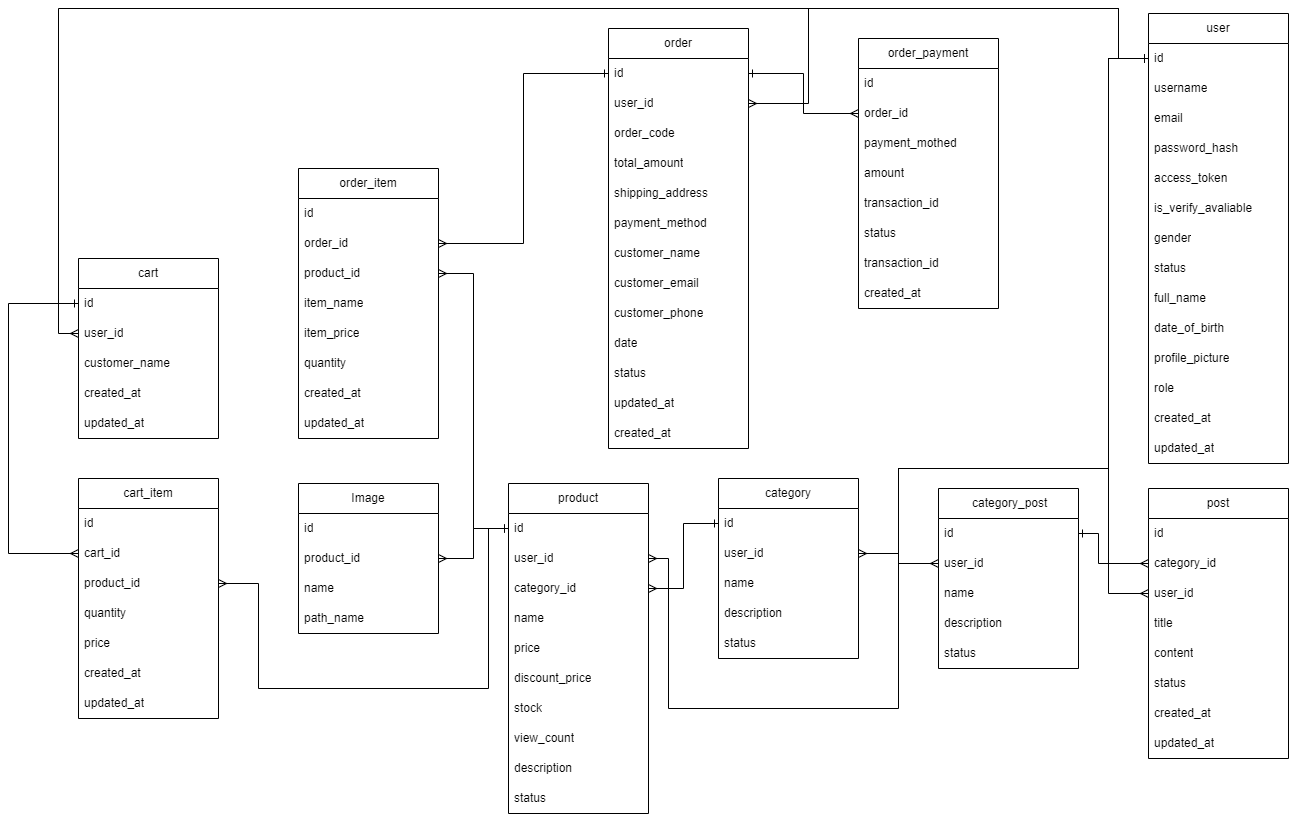
Above: images_exercise/database_update.png in Training-Exercises-Dtsmart/1_thanhtoan (draw.io), before the change. Source tidied: cells renumbered, new cells last; positions are measured from the earlier drawing's top-left corner, leaving out a move shared by most shapes.
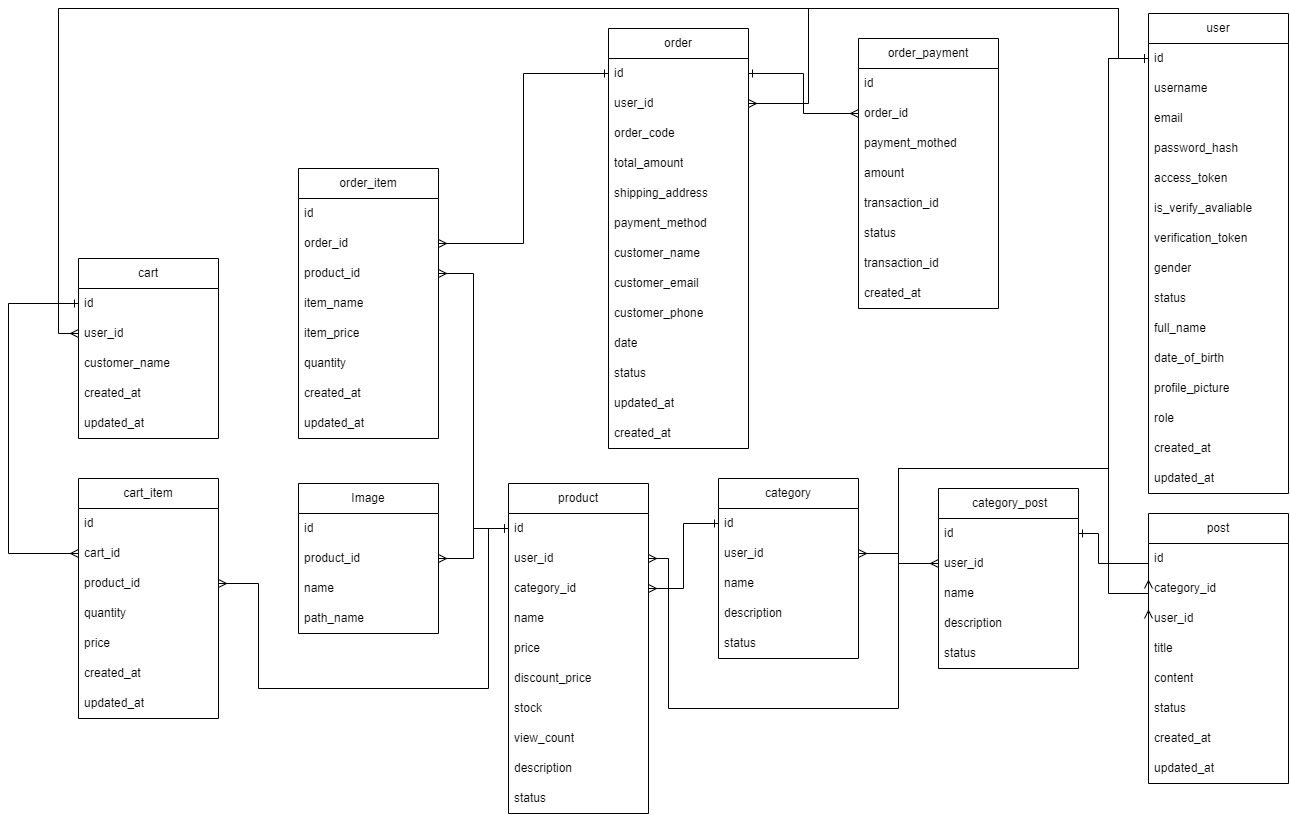
After the change.

Commit message:
feat(database): add verification_token field to user table and update database schema screenshot

What changed in the source:
```diff
@@ -87,7 +87,7 @@
       <mxGeometry y="150" width="140" height="30" as="geometry" />
     </mxCell>
     <mxCell id="30" value="post" style="swimlane;fontStyle=0;horizontal=1;startSize=30;whiteSpace=wrap;html=1;" parent="1" vertex="1">
-      <mxGeometry x="1140" y="480" width="140" height="270" as="geometry" />
+      <mxGeometry x="1140" y="505" width="140" height="270" as="geometry" />
     </mxCell>
     <mxCell id="31" value="id" style="text;strokeColor=none;fillColor=none;align=left;verticalAlign=middle;spacingLeft=4;spacingRight=4;overflow=hidden;whiteSpace=wrap;html=1;" parent="30" vertex="1">
       <mxGeometry y="30" width="140" height="30" as="geometry" />
@@ -122,7 +122,7 @@
       </mxGeometry>
     </mxCell>
     <mxCell id="40" value="user" style="swimlane;fontStyle=0;horizontal=1;startSize=30;whiteSpace=wrap;html=1;" parent="1" vertex="1">
-      <mxGeometry x="1140" y="5" width="140" height="450" as="geometry" />
+      <mxGeometry x="1140" y="5" width="140" height="480" as="geometry" />
     </mxCell>
     <mxCell id="41" value="id" style="text;strokeColor=none;fillColor=none;align=left;verticalAlign=middle;spacingLeft=4;spacingRight=4;overflow=hidden;points=[[0,0.5],[1,0.5]];portConstraint=eastwest;whiteSpace=wrap;html=1;" parent="40" vertex="1">
       <mxGeometry y="30" width="140" height="30" as="geometry" />
@@ -142,29 +142,32 @@
     <mxCell id="46" value="is_verify_avaliable" style="text;strokeColor=none;fillColor=none;align=left;verticalAlign=middle;spacingLeft=4;spacingRight=4;overflow=hidden;whiteSpace=wrap;html=1;" parent="40" vertex="1">
       <mxGeometry y="180" width="140" height="30" as="geometry" />
     </mxCell>
+    <mxCell id="114" value="verification_token" style="text;strokeColor=none;fillColor=none;align=left;verticalAlign=middle;spacingLeft=4;spacingRight=4;overflow=hidden;whiteSpace=wrap;html=1;" parent="40" vertex="1">
+      <mxGeometry y="210" width="140" height="30" as="geometry" />
+    </mxCell>
     <mxCell id="47" value="gender" style="text;strokeColor=none;fillColor=none;align=left;verticalAlign=middle;spacingLeft=4;spacingRight=4;overflow=hidden;whiteSpace=wrap;html=1;" parent="40" vertex="1">
-      <mxGeometry y="210" width="140" height="30" as="geometry" />
+      <mxGeometry y="240" width="140" height="30" as="geometry" />
     </mxCell>
     <mxCell id="48" value="status" style="text;strokeColor=none;fillColor=none;align=left;verticalAlign=middle;spacingLeft=4;spacingRight=4;overflow=hidden;whiteSpace=wrap;html=1;" parent="40" vertex="1">
-      <mxGeometry y="240" width="140" height="30" as="geometry" />
+      <mxGeometry y="270" width="140" height="30" as="geometry" />
     </mxCell>
     <mxCell id="49" value="full_name" style="text;strokeColor=none;fillColor=none;align=left;verticalAlign=middle;spacingLeft=4;spacingRight=4;overflow=hidden;whiteSpace=wrap;html=1;" parent="40" vertex="1">
-      <mxGeometry y="270" width="140" height="30" as="geometry" />
+      <mxGeometry y="300" width="140" height="30" as="geometry" />
     </mxCell>
     <mxCell id="50" value="date_of_birth" style="text;strokeColor=none;fillColor=none;align=left;verticalAlign=middle;spacingLeft=4;spacingRight=4;overflow=hidden;whiteSpace=wrap;html=1;" parent="40" vertex="1">
-      <mxGeometry y="300" width="140" height="30" as="geometry" />
+      <mxGeometry y="330" width="140" height="30" as="geometry" />
     </mxCell>
     <mxCell id="51" value="profile_picture" style="text;strokeColor=none;fillColor=none;align=left;verticalAlign=middle;spacingLeft=4;spacingRight=4;overflow=hidden;whiteSpace=wrap;html=1;" parent="40" vertex="1">
-      <mxGeometry y="330" width="140" height="30" as="geometry" />
+      <mxGeometry y="360" width="140" height="30" as="geometry" />
     </mxCell>
     <mxCell id="52" value="role" style="text;strokeColor=none;fillColor=none;align=left;verticalAlign=middle;spacingLeft=4;spacingRight=4;overflow=hidden;whiteSpace=wrap;html=1;" parent="40" vertex="1">
-      <mxGeometry y="360" width="140" height="30" as="geometry" />
+      <mxGeometry y="390" width="140" height="30" as="geometry" />
     </mxCell>
     <mxCell id="53" value="created_at" style="text;strokeColor=none;fillColor=none;align=left;verticalAlign=middle;spacingLeft=4;spacingRight=4;overflow=hidden;whiteSpace=wrap;html=1;" parent="40" vertex="1">
-      <mxGeometry y="390" width="140" height="30" as="geometry" />
+      <mxGeometry y="420" width="140" height="30" as="geometry" />
     </mxCell>
     <mxCell id="54" value="updated_at" style="text;strokeColor=none;fillColor=none;align=left;verticalAlign=middle;spacingLeft=4;spacingRight=4;overflow=hidden;whiteSpace=wrap;html=1;" parent="40" vertex="1">
-      <mxGeometry y="420" width="140" height="30" as="geometry" />
+      <mxGeometry y="450" width="140" height="30" as="geometry" />
     </mxCell>
     <mxCell id="55" value="order" style="swimlane;fontStyle=0;horizontal=1;startSize=30;whiteSpace=wrap;html=1;" parent="1" vertex="1">
       <mxGeometry x="600" y="20" width="140" height="420" as="geometry" />
```
